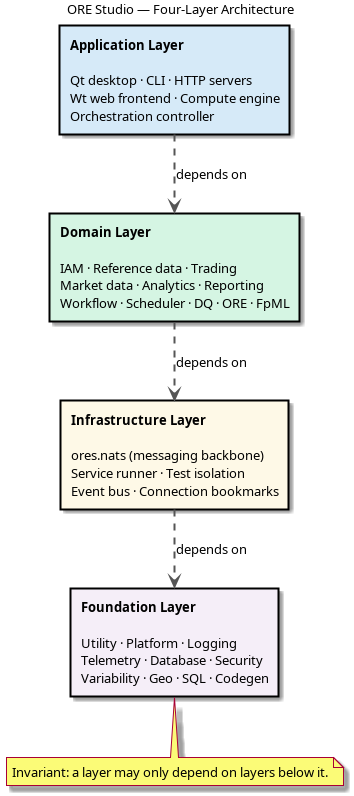
Before: projects/modeling/architecture_layers.png, a diagram exported from PlantUML (OreStudio/OreStudio). Its source is kept beside it as projects/modeling/architecture_layers.puml.
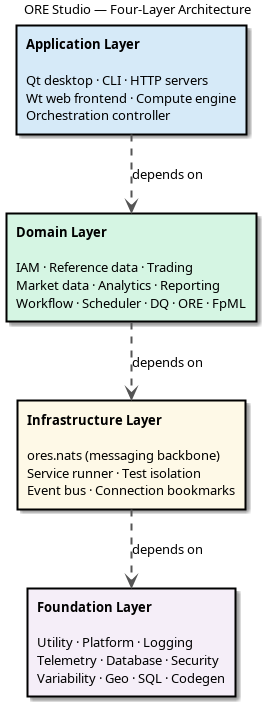
Above is the later version.

Commit message:
[modeling] Remove bottom note from architecture_layers.puml; clean PNG

The note-bottom-of element rendered with a spike artifact connecting
to the Foundation rectangle. Removed — the invariant is documented in
system_model.org prose.

Change to the diagram source:
```diff
@@ -22,8 +22,4 @@
 DOM ..> INFRA : depends on
 INFRA ..> FOUND : depends on
 
-note bottom of FOUND
-  Invariant: a layer may only depend on layers below it.
-end note
-
 @enduml
```
